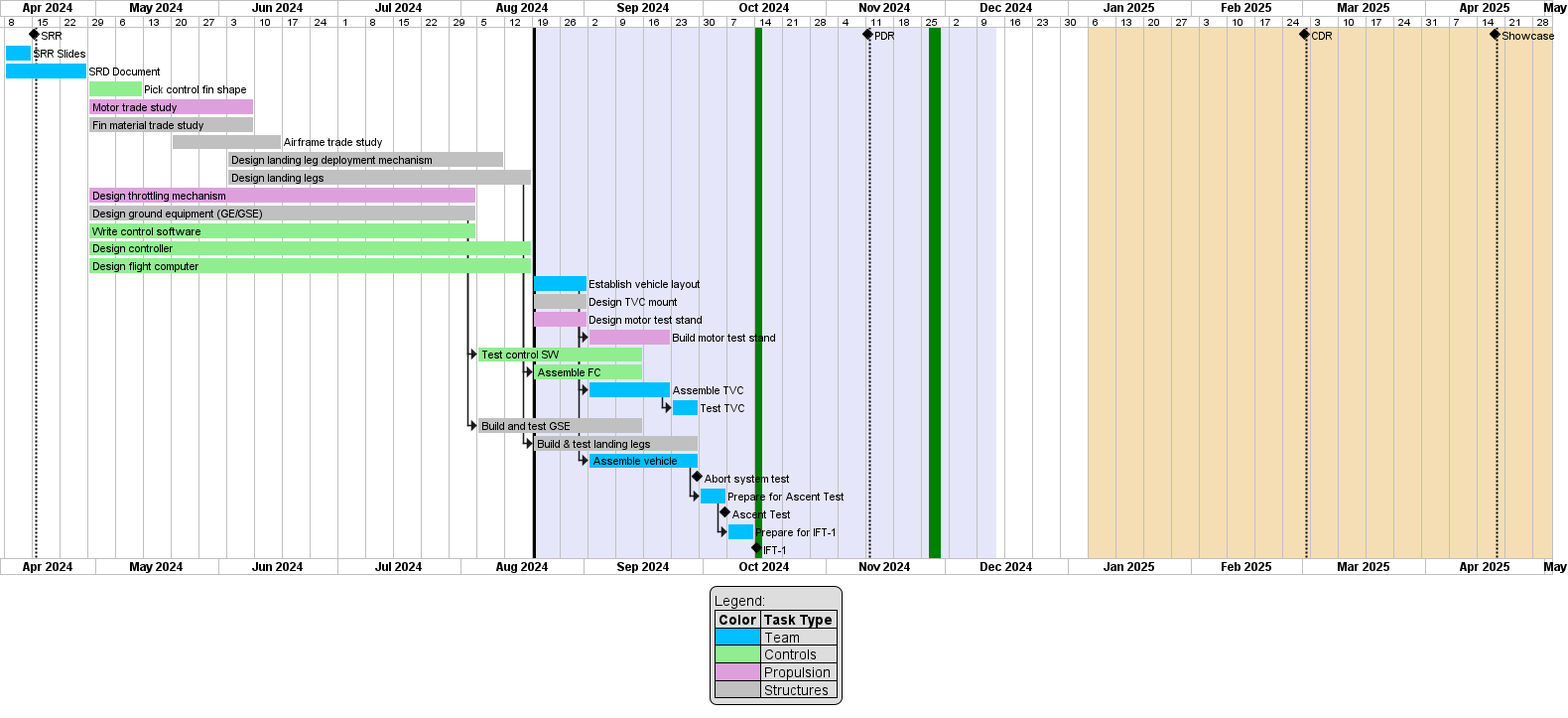
Earlier version of the PlantUML export diagrams/out/gantt_chart.png (Laagaard/Rocket_Lander).
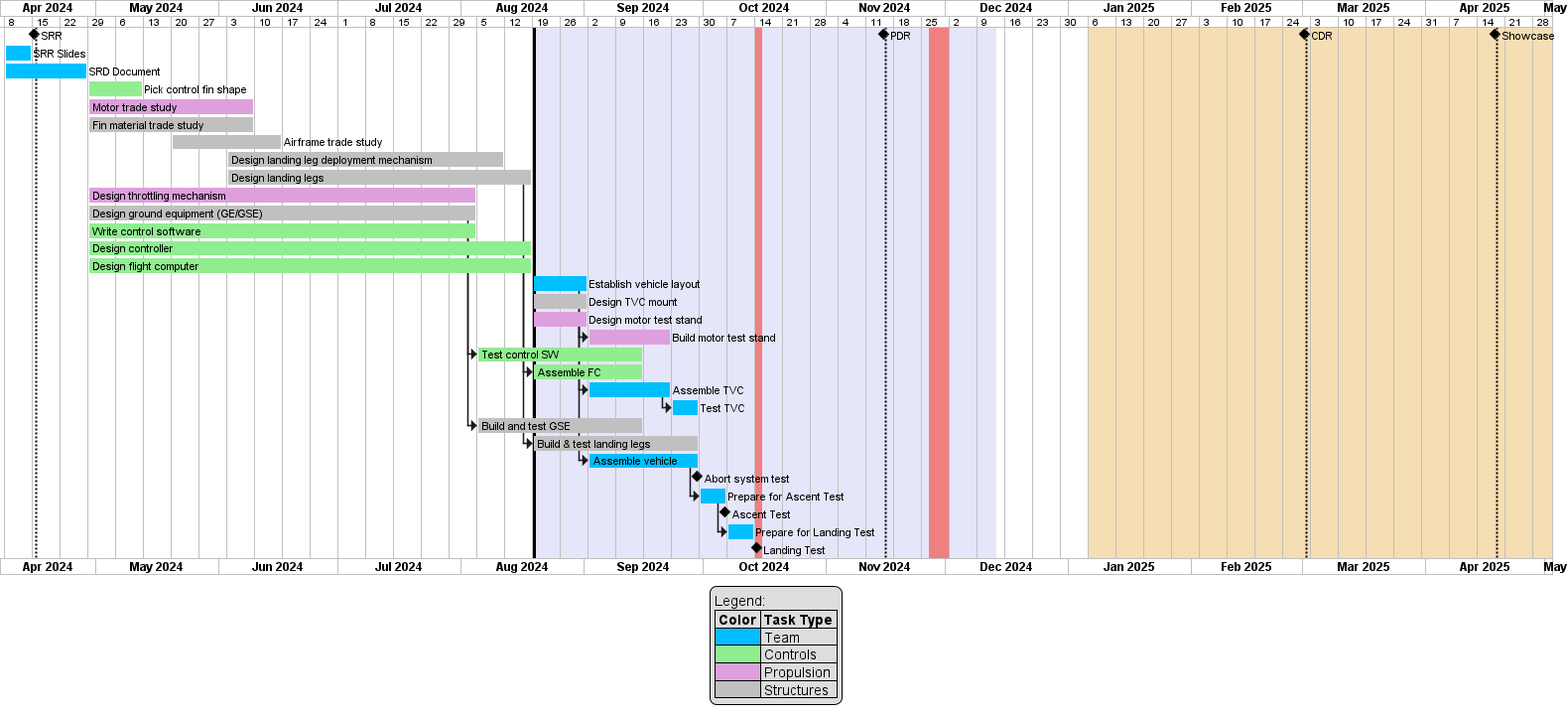
The same diagram one commit later.

Commit message:
Change IFT-1 to Landing Test

- Recolor Fall break and Thanksgiving Break "lightcoral"

What changed in the source:
```diff
@@ -11,15 +11,15 @@
 2024-08-19 to 2024-12-13 is colored in lavender
 2024-08-19 to 2024-12-13 is named [Fall 2024]
 
-[PDR] happens at 2024-11-11 /' Guess for PDR date '/
+[PDR] happens at 2024-11-15
 Separator just at [PDR]'s end
 [PDR] displays on same row as [SRR]
 
-2024-10-14 to 2024-10-15 is colored in green
+2024-10-14 to 2024-10-15 is colored in lightcoral
 2024-10-14 to 2024-10-15 is named [Fall Break]
 
-2024-11-27 to 2024-11-29 is colored in green
-2024-11-27 to 2024-11-29 is named [Thanksgiving Break]
+2024-11-27 to 2024-12-01 is colored in lightcoral
+2024-11-27 to 2024-12-01 is named [Thanksgiving Break]
 
 2025-01-06 to 2025-05-02 is colored in wheat
 2025-01-06 to 2025-05-02 is named [Spring 2025]
@@ -65,8 +65,8 @@
 [Abort system test] happens at [Assemble vehicle]'s end
 [Prepare for Ascent Test] requires 1 weeks and starts at [Assemble vehicle]'s end and is colored in deepskyblue
 [Ascent Test] happens at [Prepare for Ascent Test]'s end
-[Prepare for IFT-1] requires 1 weeks and starts at [Prepare for Ascent Test]'s end and is colored in deepskyblue
-[IFT-1] happens at [Fall Break]'s start
+[Prepare for Landing Test] requires 1 weeks and starts at [Prepare for Ascent Test]'s end and is colored in deepskyblue
+[Landing Test] happens at [Fall Break]'s start
 
 
 legend
```
